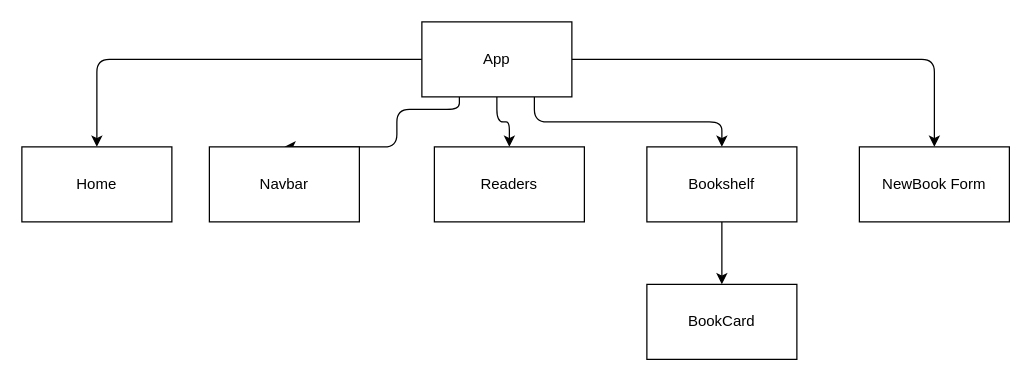
Earlier version of the draw.io diagram Heirarchy.drawio (Stelluuh/PRACTICE-phase-3-project-frontend). Source tidied: cells renumbered, new cells numbered last; positions are measured from the earlier drawing's top-left corner, leaving out a move shared by most shapes. Both pictures are drawn from the tidied source at 125%, with x=0, y=0 at pixel (21, 21).
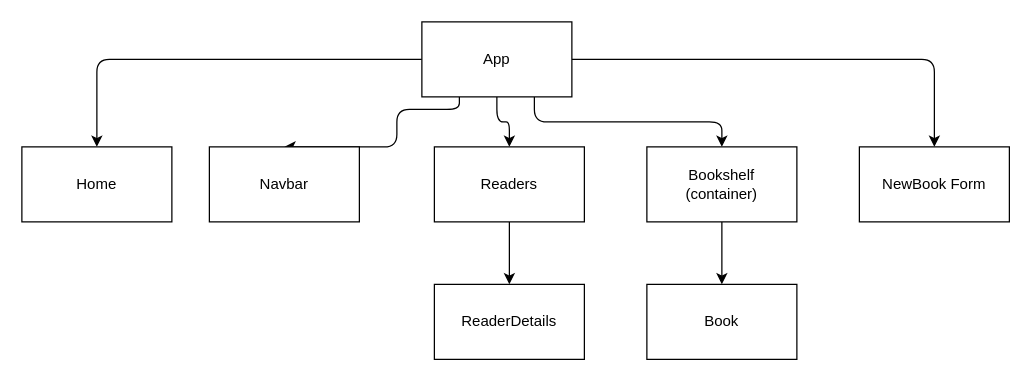
After the change.

What changed in the source:
```diff
@@
 <mxGraphModel>
   <root>
     <mxCell id="0" />
     <mxCell id="1" parent="0" />
     <mxCell id="2" style="edgeStyle=orthogonalEdgeStyle;html=1;entryX=0.5;entryY=0;entryDx=0;entryDy=0;" parent="1" edge="1" source="7" target="8">
       <mxGeometry relative="1" as="geometry" />
     </mxCell>
     <mxCell id="3" style="edgeStyle=orthogonalEdgeStyle;html=1;exitX=0.25;exitY=1;exitDx=0;exitDy=0;entryX=0.5;entryY=0;entryDx=0;entryDy=0;" parent="1" edge="1" source="7" target="9">
       <mxGeometry relative="1" as="geometry">
         <Array as="points">
           <mxPoint x="350" y="70" />
           <mxPoint x="300" y="70" />
         </Array>
       </mxGeometry>
     </mxCell>
     <mxCell id="4" style="edgeStyle=orthogonalEdgeStyle;html=1;entryX=0.5;entryY=0;entryDx=0;entryDy=0;" parent="1" edge="1" source="7" target="10">
       <mxGeometry relative="1" as="geometry" />
     </mxCell>
     <mxCell id="5" style="edgeStyle=orthogonalEdgeStyle;html=1;exitX=0.75;exitY=1;exitDx=0;exitDy=0;entryX=0.5;entryY=0;entryDx=0;entryDy=0;" parent="1" edge="1" source="7" target="14">
       <mxGeometry relative="1" as="geometry" />
     </mxCell>
     <mxCell id="6" style="edgeStyle=orthogonalEdgeStyle;html=1;" parent="1" edge="1" source="7" target="12">
       <mxGeometry relative="1" as="geometry" />
     </mxCell>
     <mxCell id="7" value="App" style="whiteSpace=wrap;html=1;" parent="1" vertex="1">
       <mxGeometry x="320" width="120" height="60" as="geometry" />
     </mxCell>
     <mxCell id="8" value="Home" style="whiteSpace=wrap;html=1;" parent="1" vertex="1">
       <mxGeometry y="100" width="120" height="60" as="geometry" />
     </mxCell>
     <mxCell id="9" value="Navbar" style="whiteSpace=wrap;html=1;" parent="1" vertex="1">
       <mxGeometry x="150" y="100" width="120" height="60" as="geometry" />
     </mxCell>
     <mxCell id="10" value="NewBook Form" style="whiteSpace=wrap;html=1;" parent="1" vertex="1">
       <mxGeometry x="670" y="100" width="120" height="60" as="geometry" />
     </mxCell>
-    <mxCell id="11" value="BookCard" style="whiteSpace=wrap;html=1;" parent="1" vertex="1">
+    <mxCell id="11" value="Book" style="whiteSpace=wrap;html=1;" parent="1" vertex="1">
       <mxGeometry x="500" y="210" width="120" height="60" as="geometry" />
     </mxCell>
+    <mxCell id="15" style="edgeStyle=none;html=1;entryX=0.5;entryY=0;entryDx=0;entryDy=0;" parent="1" edge="1" source="12" target="16">
+      <mxGeometry relative="1" as="geometry" />
+    </mxCell>
     <mxCell id="12" value="Readers" style="whiteSpace=wrap;html=1;" parent="1" vertex="1">
       <mxGeometry x="330" y="100" width="120" height="60" as="geometry" />
     </mxCell>
     <mxCell id="13" style="edgeStyle=none;html=1;entryX=0.5;entryY=0;entryDx=0;entryDy=0;" parent="1" edge="1" source="14" target="11">
       <mxGeometry relative="1" as="geometry" />
     </mxCell>
-    <mxCell id="14" value="Bookshelf" style="whiteSpace=wrap;html=1;" parent="1" vertex="1">
+    <mxCell id="14" value="Bookshelf&lt;br&gt;(container)" style="whiteSpace=wrap;html=1;" parent="1" vertex="1">
       <mxGeometry x="500" y="100" width="120" height="60" as="geometry" />
     </mxCell>
+    <mxCell id="16" value="ReaderDetails" style="whiteSpace=wrap;html=1;" parent="1" vertex="1">
+      <mxGeometry x="330" y="210" width="120" height="60" as="geometry" />
+    </mxCell>
   </root>
 </mxGraphModel>
```
